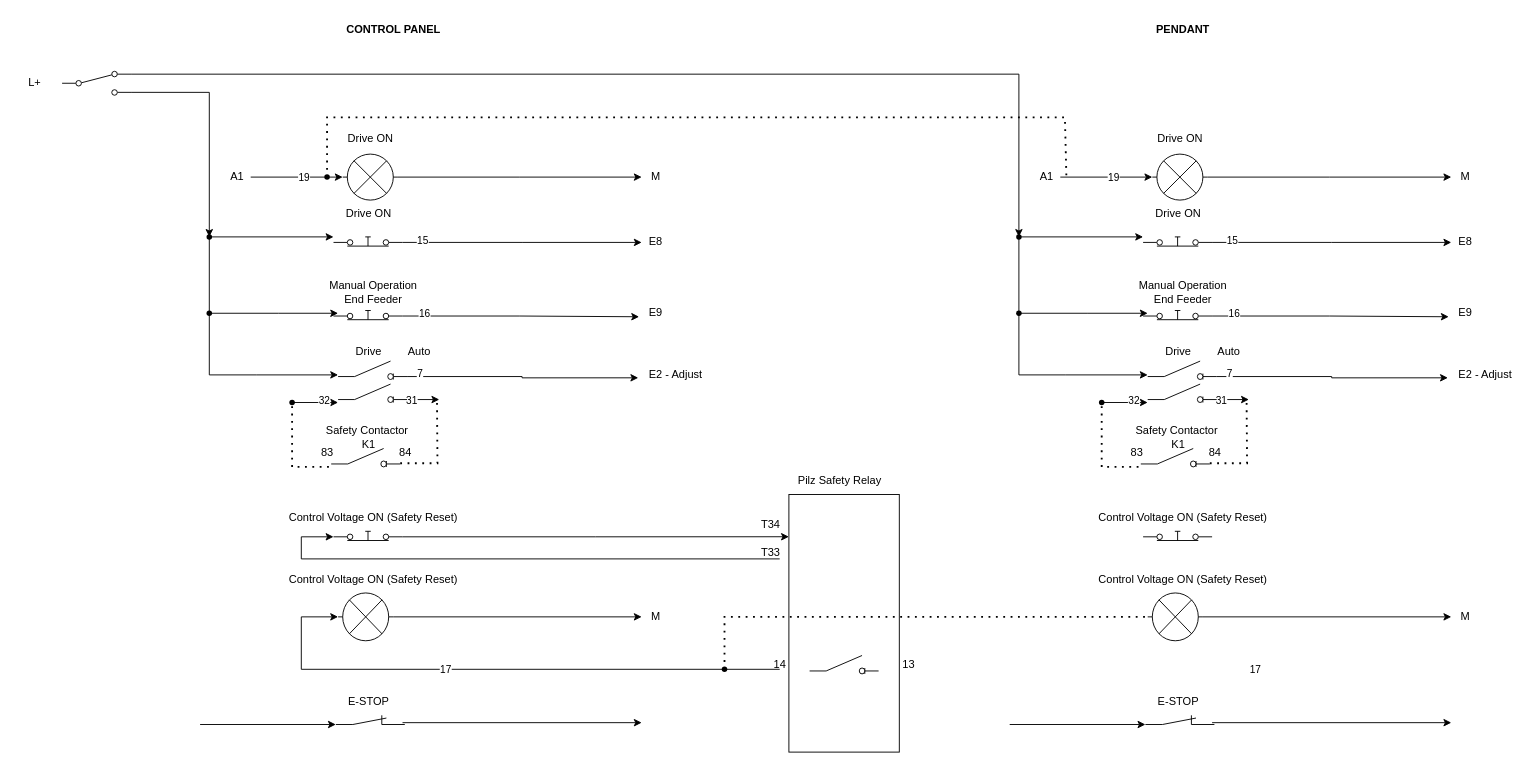
Before: 176 Pendant.drawio in nicholas-carnie/Nicks-files, a draw.io diagram. Source tidied: cells renumbered, new cells numbered last; positions are measured from the earlier drawing's top-left corner, leaving out a move shared by most shapes. Both pictures are drawn from the tidied source at 92%, with x=0, y=0 at pixel (16, 16).
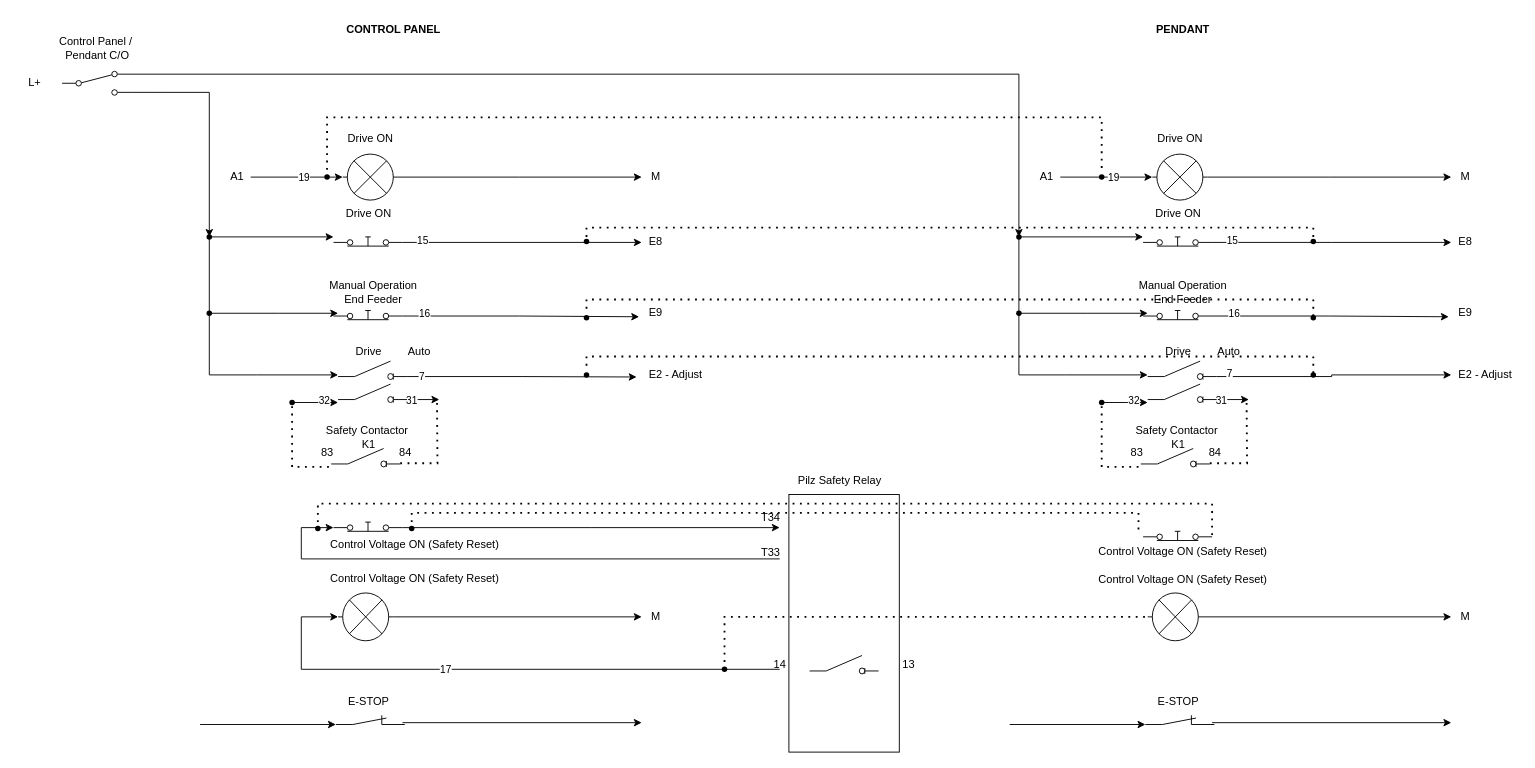
After the change.

Unchanged cells that the change refers to:
```xml
<mxCell id="20" value="&amp;nbsp;E2 - Adjust" style="text;html=1;align=center;verticalAlign=middle;points=[];strokeColor=none;fillColor=none;" parent="1" vertex="1">
  <mxGeometry x="675" y="375" width="80" height="30" as="geometry" />
</mxCell>
<mxCell id="24" style="html=1;shape=mxgraph.electrical.electro-mechanical.switchDisconnector;elSwitchState=off;" parent="1" vertex="1">
  <mxGeometry x="350" y="375" width="75" height="20" as="geometry" />
</mxCell>
<mxCell id="62" style="rounded=0;whiteSpace=wrap;html=1;" parent="1" vertex="1">
  <mxGeometry x="840" y="520" width="120" height="280" as="geometry" />
</mxCell>
<mxCell id="71" style="html=1;shape=mxgraph.electrical.electro-mechanical.pushbutton;elSwitchState=on;" parent="1" vertex="1">
  <mxGeometry x="1225" y="550" width="75" height="20" as="geometry" />
</mxCell>
<mxCell id="81" value="&amp;nbsp;E2 - Adjust" style="text;html=1;align=center;verticalAlign=middle;points=[];strokeColor=none;fillColor=none;" parent="1" vertex="1">
  <mxGeometry x="1555" y="375" width="80" height="30" as="geometry" />
</mxCell>
<mxCell id="85" style="html=1;shape=mxgraph.electrical.electro-mechanical.switchDisconnector;elSwitchState=off;" parent="1" vertex="1">
  <mxGeometry x="1230" y="375" width="75" height="20" as="geometry" />
</mxCell>
<mxCell id="114" value="A1" style="text;html=1;align=center;verticalAlign=middle;points=[];strokeColor=none;fillColor=none;" parent="1" vertex="1">
  <mxGeometry x="1100" y="160" width="40" height="30" as="geometry" />
</mxCell>
<mxCell id="120" style="shape=waypoint;sketch=0;fillStyle=solid;size=6;points=[];fillColor=none;perimeter=centerPerimeter;snapToPoint=1;" parent="1" vertex="1">
  <mxGeometry x="328" y="165" width="20" height="20" as="geometry" />
</mxCell>
```

The edit, as a diff of the source:
```diff
@@
-    <mxCell id="5" style="edgeStyle=orthogonalEdgeStyle;rounded=0;jettySize=auto;html=1;exitX=1;exitY=0.8;exitDx=0;exitDy=0;entryX=0;entryY=0.164;entryDx=0;entryDy=0;entryPerimeter=0;" parent="1" edge="1" source="6" target="62">
-      <mxGeometry relative="1" as="geometry" />
-    </mxCell>
+    <mxCell id="125" style="edgeStyle=orthogonalEdgeStyle;rounded=0;jettySize=auto;html=1;exitX=1;exitY=0.8;exitDx=0;exitDy=0;" parent="1" edge="1" source="6">
+      <mxGeometry relative="1" as="geometry">
+        <mxPoint x="830" y="556" as="targetPoint" />
+      </mxGeometry>
+    </mxCell>
     <mxCell id="6" style="html=1;shape=mxgraph.electrical.electro-mechanical.pushbutton;elSwitchState=on;" parent="1" vertex="1">
-      <mxGeometry x="345" y="550" width="75" height="20" as="geometry" />
+      <mxGeometry x="345" y="540" width="75" height="20" as="geometry" />
     </mxCell>
@@
-    <mxCell id="22" style="edgeStyle=orthogonalEdgeStyle;rounded=0;jettySize=auto;html=1;exitX=1;exitY=0.84;exitDx=0;exitDy=0;entryX=0.016;entryY=0.606;entryDx=0;entryDy=0;entryPerimeter=0;" parent="1" edge="1" source="24" target="20">
-      <mxGeometry relative="1" as="geometry" />
-    </mxCell>
-    <mxCell id="23" value="7" style="edgeLabel;html=1;align=center;verticalAlign=middle;" parent="22" vertex="1">
-      <mxGeometry x="-0.9" y="3" relative="1" as="geometry" />
-    </mxCell>
@@
     <mxCell id="29" value="Control Voltage ON (Safety Reset)" style="text;html=1;align=center;verticalAlign=middle;strokeColor=none;fillColor=none;" parent="1" vertex="1">
-      <mxGeometry x="282.5" y="530" width="210" height="30" as="geometry" />
+      <mxGeometry x="328" y="560" width="210" height="30" as="geometry" />
     </mxCell>
@@
     <mxCell id="44" style="endArrow=classic;html=1;rounded=0;entryX=0;entryY=0.8;entryDx=0;entryDy=0;" parent="1" edge="1" target="6">
       <mxGeometry relative="1" as="geometry">
         <mxPoint x="830" y="590" as="sourcePoint" />
         <Array as="points">
           <mxPoint x="310" y="590" />
-          <mxPoint x="310" y="566" />
+          <mxPoint x="310" y="556" />
         </Array>
       </mxGeometry>
     </mxCell>
@@
     <mxCell id="46" value="T34" style="text;html=1;align=center;verticalAlign=middle;strokeColor=none;fillColor=none;" parent="1" vertex="1">
-      <mxGeometry x="800" y="538" width="40" height="30" as="geometry" />
+      <mxGeometry x="800" y="530" width="40" height="30" as="geometry" />
     </mxCell>
@@
     <mxCell id="53" value="Control Voltage ON (Safety Reset)" style="text;html=1;align=center;verticalAlign=middle;strokeColor=none;fillColor=none;" parent="1" vertex="1">
-      <mxGeometry x="282.5" y="598" width="210" height="30" as="geometry" />
+      <mxGeometry x="328" y="597" width="210" height="30" as="geometry" />
     </mxCell>
@@
-    <mxCell id="83" style="edgeStyle=orthogonalEdgeStyle;rounded=0;jettySize=auto;html=1;exitX=1;exitY=0.84;exitDx=0;exitDy=0;entryX=0.016;entryY=0.606;entryDx=0;entryDy=0;entryPerimeter=0;" parent="1" edge="1" source="85" target="81">
-      <mxGeometry relative="1" as="geometry" />
+    <mxCell id="83" style="edgeStyle=orthogonalEdgeStyle;rounded=0;jettySize=auto;html=1;exitX=1;exitY=0.84;exitDx=0;exitDy=0;" parent="1" edge="1" source="85">
+      <mxGeometry relative="1" as="geometry">
+        <mxPoint x="1560" y="390" as="targetPoint" />
+        <Array as="points">
+          <mxPoint x="1430" y="392" />
+          <mxPoint x="1430" y="390" />
+          <mxPoint x="1556" y="390" />
+        </Array>
+      </mxGeometry>
     </mxCell>
@@
     <mxCell id="90" value="Control Voltage ON (Safety Reset)" style="text;html=1;align=center;verticalAlign=middle;strokeColor=none;fillColor=none;" parent="1" vertex="1">
-      <mxGeometry x="1162.5" y="530" width="210" height="30" as="geometry" />
+      <mxGeometry x="1162.5" y="567" width="210" height="30" as="geometry" />
     </mxCell>
@@
-    <mxCell id="115" value="17" style="edgeLabel;html=1;align=center;verticalAlign=middle;" parent="1" vertex="1">
-      <mxGeometry x="1346" y="710" as="geometry" />
-    </mxCell>
@@
-    <mxCell id="119" style="endArrow=none;dashed=1;html=1;dashPattern=1 3;strokeWidth=2;rounded=0;entryX=1.043;entryY=0.621;entryDx=0;entryDy=0;entryPerimeter=0;exitX=0.5;exitY=0.25;exitDx=0;exitDy=0;exitPerimeter=0;" parent="1" edge="1" source="120" target="114">
+    <mxCell id="119" style="endArrow=none;dashed=1;html=1;dashPattern=1 3;strokeWidth=2;rounded=0;exitX=0.5;exitY=0.25;exitDx=0;exitDy=0;exitPerimeter=0;" parent="1" edge="1" source="120">
       <mxGeometry relative="1" as="geometry">
+        <mxPoint x="1180" y="170" as="targetPoint" />
         <Array as="points">
           <mxPoint x="338" y="110" />
-          <mxPoint x="1140" y="110" />
+          <mxPoint x="1180" y="110" />
         </Array>
       </mxGeometry>
     </mxCell>
@@
+    <mxCell id="126" style="endArrow=none;dashed=1;html=1;dashPattern=1 3;strokeWidth=2;rounded=0;" parent="1" edge="1">
+      <mxGeometry relative="1" as="geometry">
+        <mxPoint x="430" y="550" as="sourcePoint" />
+        <mxPoint x="1220" y="560" as="targetPoint" />
+        <Array as="points">
+          <mxPoint x="430" y="540" />
+          <mxPoint x="1220" y="540" />
+        </Array>
+      </mxGeometry>
+    </mxCell>
+    <mxCell id="127" style="endArrow=none;dashed=1;html=1;dashPattern=1 3;strokeWidth=2;rounded=0;entryX=1;entryY=0.8;entryDx=0;entryDy=0;" parent="1" edge="1" target="71">
+      <mxGeometry relative="1" as="geometry">
+        <mxPoint x="328" y="550" as="sourcePoint" />
+        <Array as="points">
+          <mxPoint x="328" y="530" />
+          <mxPoint x="1118" y="530" />
+          <mxPoint x="1300" y="530" />
+        </Array>
+      </mxGeometry>
+    </mxCell>
+    <mxCell id="128" style="shape=waypoint;sketch=0;fillStyle=solid;size=6;fillColor=none;perimeter=centerPerimeter;" parent="1" vertex="1">
+      <mxGeometry x="610" y="235" width="20" height="20" as="geometry" />
+    </mxCell>
+    <mxCell id="129" style="shape=waypoint;sketch=0;fillStyle=solid;size=6;fillColor=none;perimeter=centerPerimeter;" parent="1" vertex="1">
+      <mxGeometry x="610" y="318" width="20" height="20" as="geometry" />
+    </mxCell>
+    <mxCell id="130" style="shape=waypoint;sketch=0;fillStyle=solid;size=6;fillColor=none;perimeter=centerPerimeter;" parent="1" vertex="1">
+      <mxGeometry x="610" y="380" width="20" height="20" as="geometry" />
+    </mxCell>
+    <mxCell id="22" style="edgeStyle=orthogonalEdgeStyle;rounded=0;jettySize=auto;html=1;exitX=1;exitY=0.84;exitDx=0;exitDy=0;entryX=-0.007;entryY=0.576;entryDx=0;entryDy=0;entryPerimeter=0;" parent="1" edge="1" source="24" target="20">
+      <mxGeometry relative="1" as="geometry" />
+    </mxCell>
+    <mxCell id="23" value="7" style="edgeLabel;html=1;align=center;verticalAlign=middle;" parent="22" vertex="1">
+      <mxGeometry x="-0.88" relative="1" as="geometry" />
+    </mxCell>
+    <mxCell id="131" style="shape=waypoint;sketch=0;fillStyle=solid;size=6;fillColor=none;perimeter=centerPerimeter;" parent="1" vertex="1">
+      <mxGeometry x="318" y="547" width="20" height="20" as="geometry" />
+    </mxCell>
+    <mxCell id="132" style="shape=waypoint;sketch=0;fillStyle=solid;size=6;fillColor=none;perimeter=centerPerimeter;" parent="1" vertex="1">
+      <mxGeometry x="420" y="547" width="20" height="20" as="geometry" />
+    </mxCell>
+    <mxCell id="133" style="shape=waypoint;sketch=0;fillStyle=solid;size=6;fillColor=none;perimeter=centerPerimeter;" parent="1" vertex="1">
+      <mxGeometry x="1170" y="165" width="20" height="20" as="geometry" />
+    </mxCell>
+    <mxCell id="134" style="endArrow=none;dashed=1;html=1;dashPattern=1 3;strokeWidth=2;rounded=0;" parent="1" edge="1" target="137">
+      <mxGeometry relative="1" as="geometry">
+        <mxPoint x="620" y="240" as="sourcePoint" />
+        <Array as="points">
+          <mxPoint x="620" y="230" />
+          <mxPoint x="1410" y="230" />
+        </Array>
+      </mxGeometry>
+    </mxCell>
+    <mxCell id="135" style="endArrow=none;dashed=1;html=1;dashPattern=1 3;strokeWidth=2;rounded=0;" parent="1" edge="1" target="138">
+      <mxGeometry relative="1" as="geometry">
+        <mxPoint x="620" y="318" as="sourcePoint" />
+        <Array as="points">
+          <mxPoint x="620" y="308" />
+          <mxPoint x="1410" y="308" />
+        </Array>
+      </mxGeometry>
+    </mxCell>
+    <mxCell id="136" style="endArrow=none;dashed=1;html=1;dashPattern=1 3;strokeWidth=2;rounded=0;" parent="1" edge="1" target="139">
+      <mxGeometry relative="1" as="geometry">
+        <mxPoint x="620" y="380" as="sourcePoint" />
+        <Array as="points">
+          <mxPoint x="620" y="370" />
+          <mxPoint x="1410" y="370" />
+        </Array>
+      </mxGeometry>
+    </mxCell>
+    <mxCell id="137" style="shape=waypoint;sketch=0;fillStyle=solid;size=6;points=[];fillColor=none;perimeter=centerPerimeter;snapToPoint=1;" parent="1" vertex="1">
+      <mxGeometry x="1400" y="235" width="20" height="20" as="geometry" />
+    </mxCell>
+    <mxCell id="138" style="shape=waypoint;sketch=0;fillStyle=solid;size=6;points=[];fillColor=none;perimeter=centerPerimeter;snapToPoint=1;" parent="1" vertex="1">
+      <mxGeometry x="1400" y="318" width="20" height="20" as="geometry" />
+    </mxCell>
+    <mxCell id="139" style="shape=waypoint;sketch=0;fillStyle=solid;size=6;points=[];fillColor=none;perimeter=centerPerimeter;snapToPoint=1;" parent="1" vertex="1">
+      <mxGeometry x="1400" y="380" width="20" height="20" as="geometry" />
+    </mxCell>
+    <mxCell id="140" value="Control Panel /&amp;nbsp;&lt;div&gt;Pendant C/O&lt;/div&gt;" style="text;html=1;align=center;verticalAlign=middle;strokeColor=none;fillColor=none;" parent="1" vertex="1">
+      <mxGeometry x="32.5" y="15" width="110" height="40" as="geometry" />
+    </mxCell>
```
